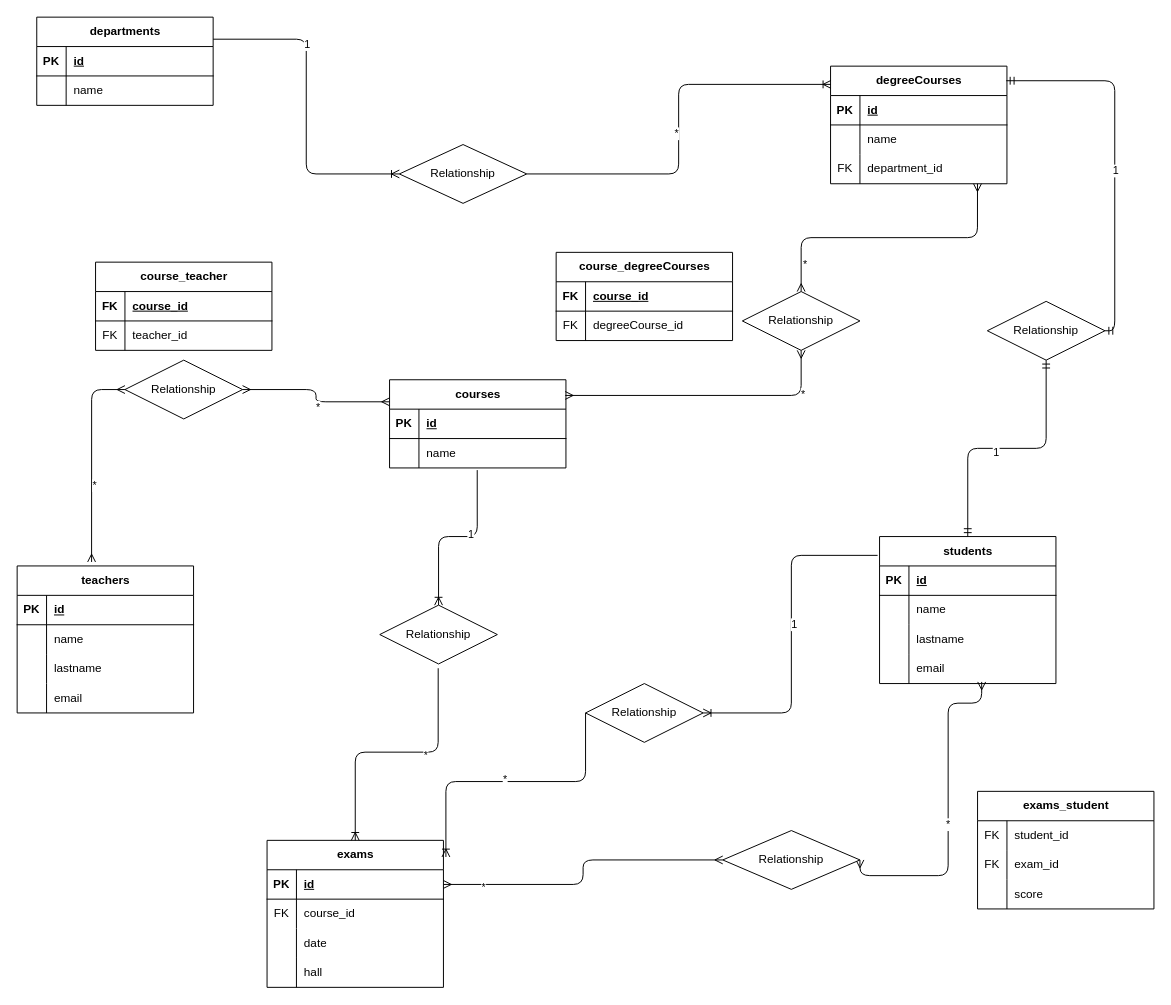
NavodContrath/db-university keeps this draw.io diagram as university.DRAWIO. Above is the earlier version. Source tidied: cells renumbered, new cells numbered last; positions are measured from the earlier drawing's top-left corner, leaving out a move shared by most shapes. Both pictures are drawn from the tidied source at 98%, with x=0, y=0 at pixel (17, 17).
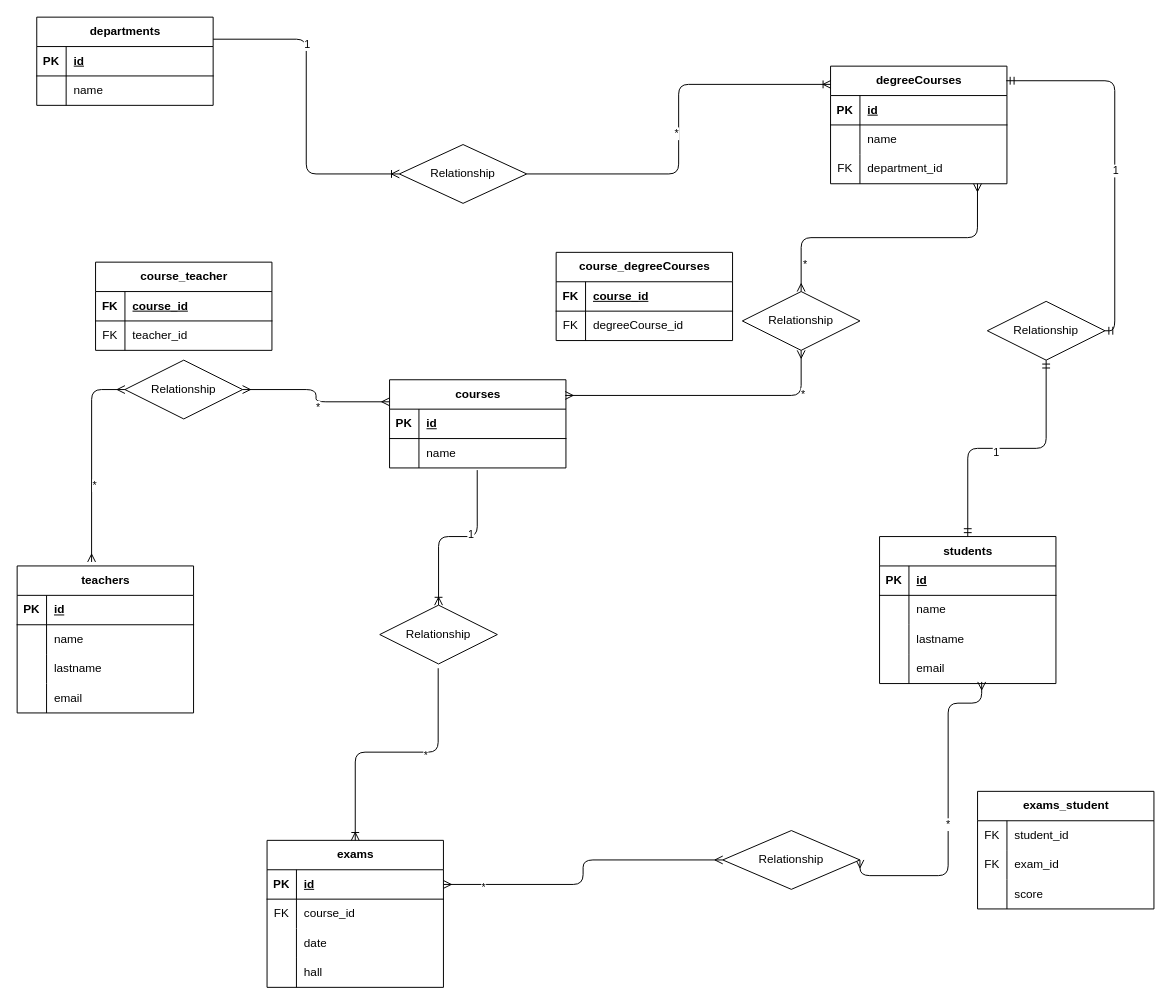
The same diagram, later.

Commit message:
fix: eliminate relationship 1 to many between students and exams keep only realtioship many to many

Unchanged cells that the change refers to:
```xml
<mxCell id="46" value="students" style="shape=table;startSize=30;childLayout=tableLayout;rowLines=0;fontStyle=1;align=center;html=1;" parent="1" vertex="1">
  <mxGeometry x="880" y="530" width="180" height="150" as="geometry" />
</mxCell>
<mxCell id="66" value="exams" style="shape=table;startSize=30;childLayout=tableLayout;rowLines=0;fontStyle=1;align=center;html=1;" parent="1" vertex="1">
  <mxGeometry x="255" y="840" width="180" height="150" as="geometry" />
</mxCell>
```

The edit, as a diff of the source:
```diff
@@
-    <mxCell id="99" style="edgeStyle=orthogonalEdgeStyle;fontSize=12;html=1;endArrow=ERoneToMany;exitX=0;exitY=0.5;exitDx=0;exitDy=0;entryX=1.014;entryY=0.113;entryDx=0;entryDy=0;entryPerimeter=0;" parent="1" edge="1" source="103" target="66">
-      <mxGeometry relative="1" as="geometry">
-        <Array as="points">
-          <mxPoint x="580" y="780" />
-          <mxPoint x="437" y="780" />
-        </Array>
-      </mxGeometry>
-    </mxCell>
-    <mxCell id="100" value="*" style="edgeLabel;html=1;align=center;verticalAlign=middle;" parent="99" vertex="1">
-      <mxGeometry x="0.06" y="-3" relative="1" as="geometry" />
-    </mxCell>
-    <mxCell id="101" style="edgeStyle=orthogonalEdgeStyle;fontSize=12;html=1;endArrow=ERoneToMany;exitX=-0.011;exitY=0.128;exitDx=0;exitDy=0;exitPerimeter=0;entryX=1;entryY=0.5;entryDx=0;entryDy=0;" parent="1" edge="1" source="46" target="103">
-      <mxGeometry relative="1" as="geometry" />
-    </mxCell>
-    <mxCell id="102" value="1" style="edgeLabel;html=1;align=center;verticalAlign=middle;" parent="101" vertex="1">
-      <mxGeometry x="-0.07" y="2" relative="1" as="geometry" />
-    </mxCell>
-    <mxCell id="103" value="Relationship" style="shape=rhombus;perimeter=rhombusPerimeter;whiteSpace=wrap;html=1;align=center;" parent="1" vertex="1">
-      <mxGeometry x="580" y="680" width="120" height="60" as="geometry" />
-    </mxCell>
```
